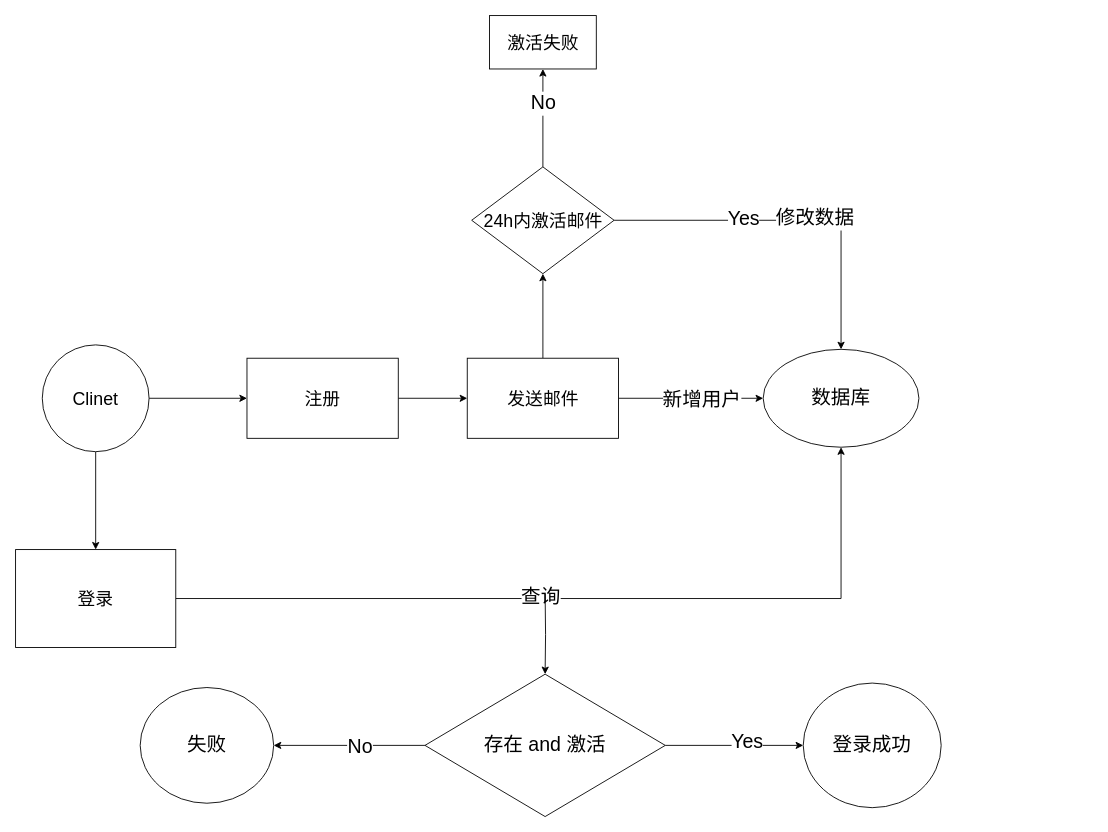
Above: map/LoginAndSignUpProcessDesign.drawio in msqtt/Sources (draw.io), before the change. Source tidied: cells renumbered, new cells numbered last; positions are measured from the earlier drawing's top-left corner, leaving out a move shared by most shapes. Both pictures are drawn from the tidied source at 89%, with x=0, y=0 at pixel (15, 15).
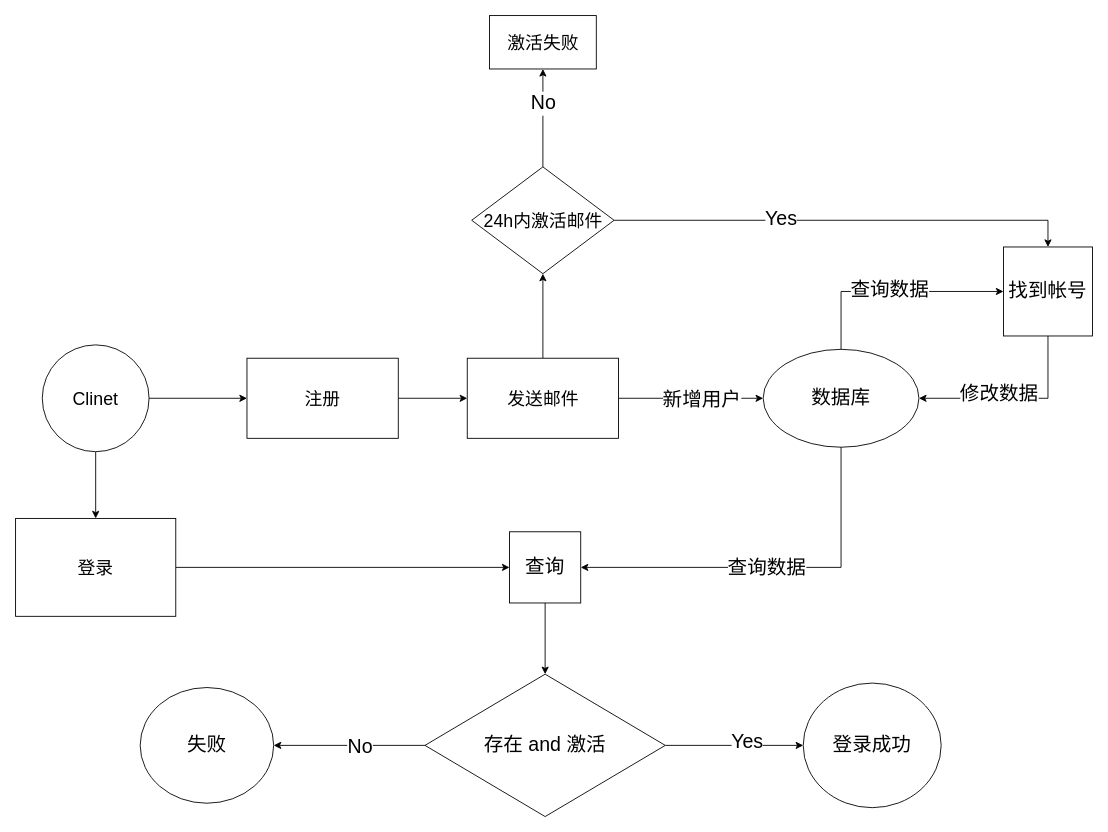
The same page after the edit.

Unchanged cells that the change refers to:
```xml
<mxCell id="11" value="数据库" style="ellipse;whiteSpace=wrap;html=1;fontSize=22;" parent="1" vertex="1">
  <mxGeometry x="840" y="375" width="175" height="110" as="geometry" />
</mxCell>
<mxCell id="20" value="存在 and 激活" style="rhombus;whiteSpace=wrap;html=1;fontSize=22;" parent="1" vertex="1">
  <mxGeometry x="460" y="740" width="270" height="160" as="geometry" />
</mxCell>
<mxCell id="28" value="24h内激活邮件" style="rhombus;whiteSpace=wrap;html=1;fontSize=20;" parent="1" vertex="1">
  <mxGeometry x="512.5" y="170" width="160" height="120" as="geometry" />
</mxCell>
```

Change to the diagram source:
```diff
@@
+    <mxCell id="30" style="edgeStyle=orthogonalEdgeStyle;rounded=0;jettySize=auto;html=1;entryX=0;entryY=0.5;entryDx=0;entryDy=0;fontSize=22;exitX=0.5;exitY=0;exitDx=0;exitDy=0;" parent="1" edge="1" source="11" target="34">
+      <mxGeometry relative="1" as="geometry" />
+    </mxCell>
+    <mxCell id="31" value="查询数据" style="edgeLabel;html=1;align=center;verticalAlign=middle;fontSize=22;" parent="30" vertex="1">
+      <mxGeometry x="-0.04" y="2" relative="1" as="geometry" />
+    </mxCell>
@@
-    <mxCell id="12" style="edgeStyle=orthogonalEdgeStyle;rounded=0;jettySize=auto;html=1;entryX=0.5;entryY=1;entryDx=0;entryDy=0;fontSize=22;" parent="1" edge="1" source="14" target="11">
-      <mxGeometry relative="1" as="geometry" />
-    </mxCell>
-    <mxCell id="13" value="查询" style="edgeLabel;html=1;align=center;verticalAlign=middle;points=[];fontSize=22;" parent="12" vertex="1">
-      <mxGeometry x="-0.11" y="3" relative="1" as="geometry">
-        <mxPoint x="1" as="offset" />
-      </mxGeometry>
-    </mxCell>
+    <mxCell id="32" style="edgeStyle=orthogonalEdgeStyle;rounded=0;jettySize=auto;html=1;entryX=0;entryY=0.5;entryDx=0;entryDy=0;fontSize=22;" parent="1" edge="1" source="14" target="13">
+      <mxGeometry relative="1" as="geometry" />
+    </mxCell>
     <mxCell id="14" value="登录" style="whiteSpace=wrap;html=1;fontSize=20;" parent="1" vertex="1">
-      <mxGeometry y="600" width="180" height="110" as="geometry" />
+      <mxGeometry y="565" width="180" height="110" as="geometry" />
     </mxCell>
-    <mxCell id="15" style="edgeStyle=orthogonalEdgeStyle;rounded=0;jettySize=auto;html=1;fontSize=22;" parent="1" edge="1" target="20">
-      <mxGeometry relative="1" as="geometry">
-        <mxPoint x="595" y="650" as="sourcePoint" />
-      </mxGeometry>
+    <mxCell id="15" style="edgeStyle=orthogonalEdgeStyle;rounded=0;jettySize=auto;html=1;fontSize=22;exitX=0.5;exitY=1;exitDx=0;exitDy=0;" parent="1" edge="1" source="13" target="20">
+      <mxGeometry relative="1" as="geometry" />
     </mxCell>
@@
-    <mxCell id="23" style="edgeStyle=orthogonalEdgeStyle;rounded=0;jettySize=auto;html=1;entryX=0.5;entryY=0;entryDx=0;entryDy=0;fontSize=22;" parent="1" edge="1" source="28" target="11">
+    <mxCell id="23" style="edgeStyle=orthogonalEdgeStyle;rounded=0;jettySize=auto;html=1;fontSize=22;entryX=0.5;entryY=0;entryDx=0;entryDy=0;" parent="1" edge="1" source="28" target="34">
       <mxGeometry relative="1" as="geometry" />
     </mxCell>
@@
-    <mxCell id="25" value="修改数据" style="edgeLabel;html=1;align=center;verticalAlign=middle;fontSize=22;" parent="23" vertex="1">
-      <mxGeometry x="0.12" y="3" relative="1" as="geometry">
-        <mxPoint x="1" as="offset" />
-      </mxGeometry>
-    </mxCell>
@@
+    <mxCell id="33" style="edgeStyle=orthogonalEdgeStyle;rounded=0;jettySize=auto;html=1;entryX=1;entryY=0.5;entryDx=0;entryDy=0;fontSize=22;exitX=0.5;exitY=1;exitDx=0;exitDy=0;" parent="1" edge="1" source="34" target="11">
+      <mxGeometry relative="1" as="geometry" />
+    </mxCell>
+    <mxCell id="25" value="修改数据" style="edgeLabel;html=1;align=center;verticalAlign=middle;fontSize=22;" parent="33" vertex="1">
+      <mxGeometry x="0.18" y="-5" relative="1" as="geometry">
+        <mxPoint x="1" as="offset" />
+      </mxGeometry>
+    </mxCell>
+    <mxCell id="34" value="找到帐号" style="whiteSpace=wrap;html=1;fontSize=22;" parent="1" vertex="1">
+      <mxGeometry x="1110" y="260" width="100" height="100" as="geometry" />
+    </mxCell>
+    <mxCell id="35" style="edgeStyle=orthogonalEdgeStyle;rounded=0;jettySize=auto;html=1;fontSize=22;exitX=0.5;exitY=1;exitDx=0;exitDy=0;entryX=1;entryY=0.5;entryDx=0;entryDy=0;" parent="1" edge="1" source="11" target="13">
+      <mxGeometry relative="1" as="geometry" />
+    </mxCell>
+    <mxCell id="36" value="查询数据" style="edgeLabel;html=1;align=center;verticalAlign=middle;fontSize=22;" parent="35" vertex="1">
+      <mxGeometry x="0.03" relative="1" as="geometry">
+        <mxPoint x="1" as="offset" />
+      </mxGeometry>
+    </mxCell>
+    <mxCell id="13" value="查询" style="whiteSpace=wrap;html=1;fontSize=22;" parent="1" vertex="1">
+      <mxGeometry x="555" y="580" width="80" height="80" as="geometry" />
+    </mxCell>
```
